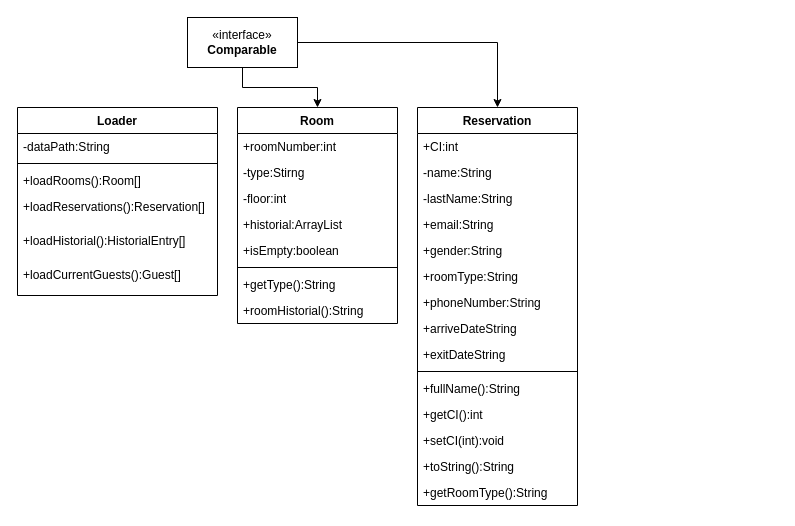
Earlier version of the draw.io diagram src/Proyecto2.drawio (Santiago-DA/Santiago-DA-Project-EED2). Source tidied: cells renumbered, new cells numbered last; positions are measured from the earlier drawing's top-left corner, leaving out a move shared by most shapes. Both pictures are drawn from the tidied source at 100%, with x=0, y=0 at pixel (17, 17).
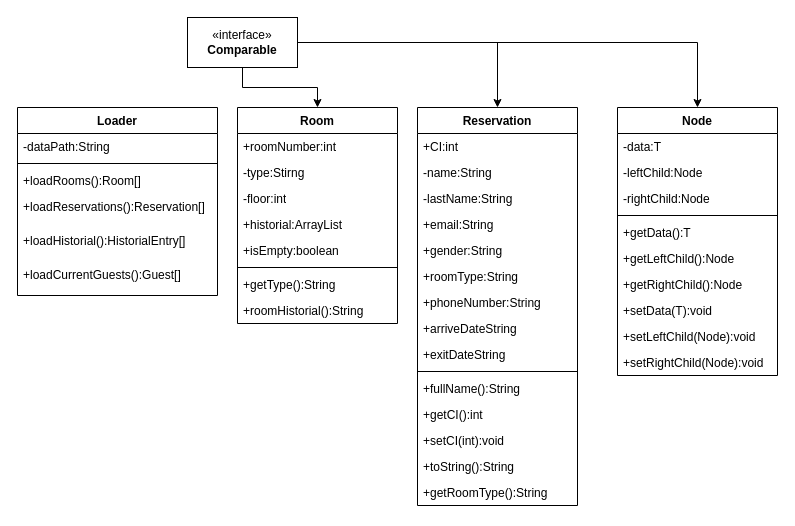
The same page after the edit.

Unchanged cells that the change refers to:
```xml
<mxCell id="20" value="«interface»&lt;br&gt;&lt;b&gt;Comparable&lt;/b&gt;" style="html=1;whiteSpace=wrap;" parent="1" vertex="1">
  <mxGeometry x="170" width="110" height="50" as="geometry" />
</mxCell>
```

Change to the diagram source:
```diff
@@
+    <mxCell id="37" style="edgeStyle=orthogonalEdgeStyle;rounded=0;jettySize=auto;html=1;entryX=0.5;entryY=0;entryDx=0;entryDy=0;" parent="1" edge="1" source="20" target="38">
+      <mxGeometry relative="1" as="geometry" />
+    </mxCell>
@@
+    <mxCell id="38" value="Node" style="swimlane;fontStyle=1;align=center;verticalAlign=top;horizontal=1;startSize=26;whiteSpace=wrap;html=1;" parent="1" vertex="1">
+      <mxGeometry x="600" y="90" width="160" height="268" as="geometry" />
+    </mxCell>
+    <mxCell id="39" value="-data:T" style="text;strokeColor=none;fillColor=none;align=left;verticalAlign=top;spacingLeft=4;spacingRight=4;overflow=hidden;whiteSpace=wrap;html=1;" parent="38" vertex="1">
+      <mxGeometry y="26" width="160" height="26" as="geometry" />
+    </mxCell>
+    <mxCell id="40" value="-leftChild:Node" style="text;strokeColor=none;fillColor=none;align=left;verticalAlign=top;spacingLeft=4;spacingRight=4;overflow=hidden;whiteSpace=wrap;html=1;" parent="38" vertex="1">
+      <mxGeometry y="52" width="160" height="26" as="geometry" />
+    </mxCell>
+    <mxCell id="41" value="-rightChild:Node" style="text;strokeColor=none;fillColor=none;align=left;verticalAlign=top;spacingLeft=4;spacingRight=4;overflow=hidden;whiteSpace=wrap;html=1;" parent="38" vertex="1">
+      <mxGeometry y="78" width="160" height="26" as="geometry" />
+    </mxCell>
+    <mxCell id="42" style="line;strokeWidth=1;fillColor=none;align=left;verticalAlign=middle;spacingTop=-1;spacingLeft=3;spacingRight=3;labelPosition=right;strokeColor=inherit;" parent="38" vertex="1">
+      <mxGeometry y="104" width="160" height="8" as="geometry" />
+    </mxCell>
+    <mxCell id="43" value="+getData():T" style="text;strokeColor=none;fillColor=none;align=left;verticalAlign=top;spacingLeft=4;spacingRight=4;overflow=hidden;whiteSpace=wrap;html=1;" parent="38" vertex="1">
+      <mxGeometry y="112" width="160" height="26" as="geometry" />
+    </mxCell>
+    <mxCell id="44" value="+getLeftChild():Node" style="text;strokeColor=none;fillColor=none;align=left;verticalAlign=top;spacingLeft=4;spacingRight=4;overflow=hidden;whiteSpace=wrap;html=1;" parent="38" vertex="1">
+      <mxGeometry y="138" width="160" height="26" as="geometry" />
+    </mxCell>
+    <mxCell id="45" value="+getRightChild():Node" style="text;strokeColor=none;fillColor=none;align=left;verticalAlign=top;spacingLeft=4;spacingRight=4;overflow=hidden;whiteSpace=wrap;html=1;" parent="38" vertex="1">
+      <mxGeometry y="164" width="160" height="26" as="geometry" />
+    </mxCell>
+    <mxCell id="46" value="+setData(T):void" style="text;strokeColor=none;fillColor=none;align=left;verticalAlign=top;spacingLeft=4;spacingRight=4;overflow=hidden;whiteSpace=wrap;html=1;" parent="38" vertex="1">
+      <mxGeometry y="190" width="160" height="26" as="geometry" />
+    </mxCell>
+    <mxCell id="47" value="+setLeftChild(Node):void" style="text;strokeColor=none;fillColor=none;align=left;verticalAlign=top;spacingLeft=4;spacingRight=4;overflow=hidden;whiteSpace=wrap;html=1;" parent="38" vertex="1">
+      <mxGeometry y="216" width="160" height="26" as="geometry" />
+    </mxCell>
+    <mxCell id="48" value="+setRightChild(Node):void" style="text;strokeColor=none;fillColor=none;align=left;verticalAlign=top;spacingLeft=4;spacingRight=4;overflow=hidden;whiteSpace=wrap;html=1;" parent="38" vertex="1">
+      <mxGeometry y="242" width="160" height="26" as="geometry" />
+    </mxCell>
```
